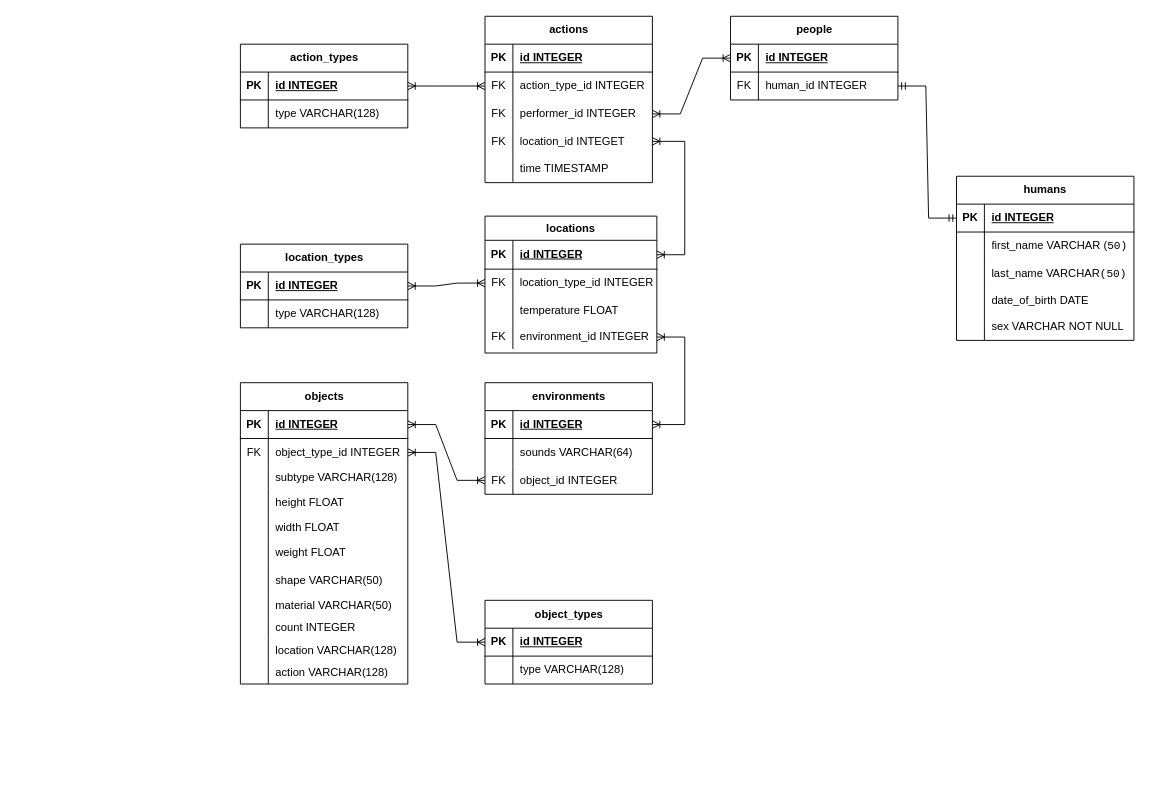
svinoczarITMO/s2-db-lab1 keeps this draw.io diagram as datalogicModel.drawio. Above is the earlier version. Source tidied: cells renumbered, new cells numbered last; positions are measured from the earlier drawing's top-left corner, leaving out a move shared by most shapes. Both pictures are drawn from the tidied source at 93%, with x=0, y=0 at pixel (240, 16).
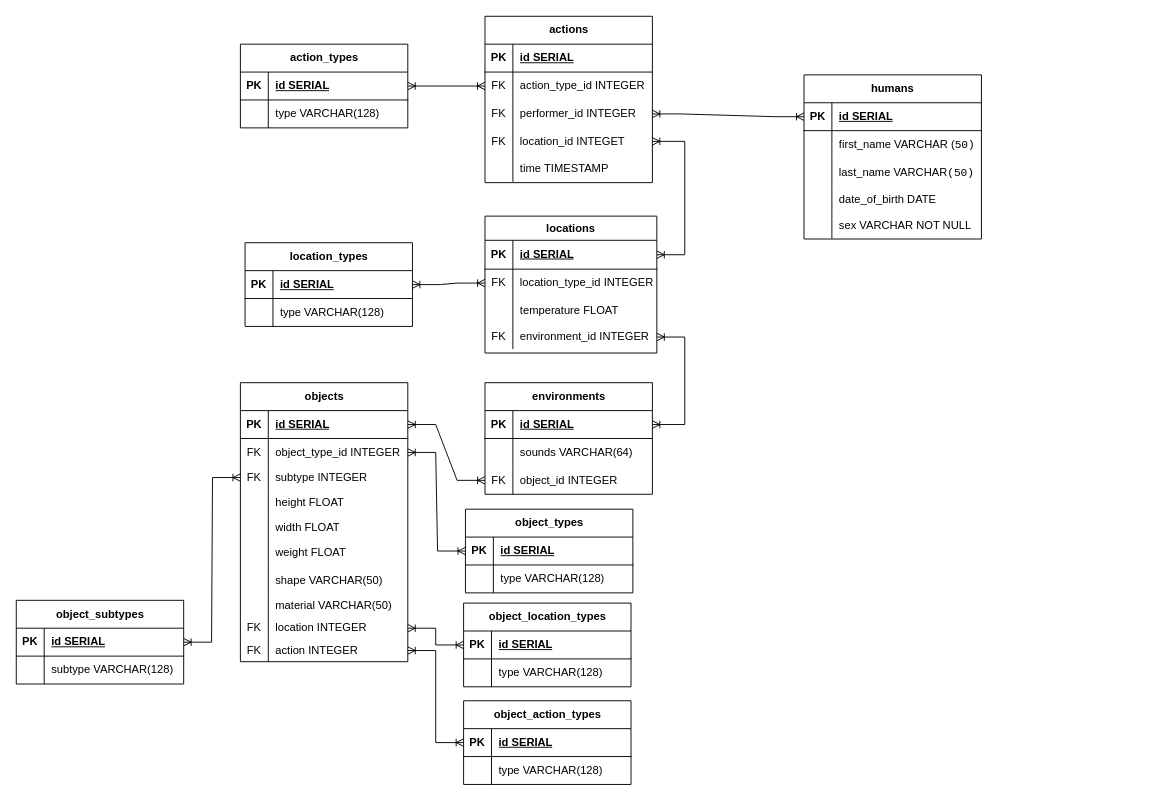
Above is the later version.

Commit message (it also covers changes not shown here):
fix datalogic model and fill createDB.sql

Unchanged cells that the change refers to:
```xml
<mxCell id="10" style="shape=tableRow;horizontal=0;startSize=0;swimlaneHead=0;swimlaneBody=0;fillColor=none;points=[[0,0.5],[1,0.5]];portConstraint=eastwest;top=0;left=0;right=0;bottom=1;" parent="9" vertex="1">
  <mxGeometry y="30" width="190.8" height="30" as="geometry" />
</mxCell>
<mxCell id="26" style="shape=tableRow;horizontal=0;startSize=0;swimlaneHead=0;swimlaneBody=0;fillColor=none;top=0;left=0;right=0;bottom=1;" parent="25" vertex="1">
  <mxGeometry y="30" width="180" height="30" as="geometry" />
</mxCell>
<mxCell id="32" style="shape=tableRow;horizontal=0;startSize=0;swimlaneHead=0;swimlaneBody=0;fillColor=none;points=[[0,0.5],[1,0.5]];portConstraint=eastwest;top=0;left=0;right=0;bottom=0;" parent="25" vertex="1">
  <mxGeometry y="90" width="180" height="30" as="geometry" />
</mxCell>
<mxCell id="43" style="shape=tableRow;horizontal=0;startSize=0;swimlaneHead=0;swimlaneBody=0;fillColor=none;points=[[0,0.5],[1,0.5]];portConstraint=eastwest;top=0;left=0;right=0;bottom=1;" parent="42" vertex="1">
  <mxGeometry y="26" width="184.8" height="31" as="geometry" />
</mxCell>
<mxCell id="56" style="shape=tableRow;horizontal=0;startSize=0;swimlaneHead=0;swimlaneBody=0;fillColor=none;points=[[0,0.5],[1,0.5]];portConstraint=eastwest;top=0;left=0;right=0;bottom=1;" parent="55" vertex="1">
  <mxGeometry y="30" width="180" height="30" as="geometry" />
</mxCell>
<mxCell id="66" style="shape=tableRow;horizontal=0;startSize=0;swimlaneHead=0;swimlaneBody=0;fillColor=none;points=[[0,0.5],[1,0.5]];portConstraint=eastwest;top=0;left=0;right=0;bottom=1;" parent="65" vertex="1">
  <mxGeometry y="30" width="180" height="30" as="geometry" />
</mxCell>
<mxCell id="72" style="shape=tableRow;horizontal=0;startSize=0;swimlaneHead=0;swimlaneBody=0;fillColor=none;points=[[0,0.5],[1,0.5]];portConstraint=eastwest;top=0;left=0;right=0;bottom=0;" parent="65" vertex="1">
  <mxGeometry y="90" width="180" height="24" as="geometry" />
</mxCell>
<mxCell id="103" style="shape=tableRow;horizontal=0;startSize=0;swimlaneHead=0;swimlaneBody=0;fillColor=none;points=[[0,0.5],[1,0.5]];portConstraint=eastwest;top=0;left=0;right=0;bottom=1;" parent="102" vertex="1">
  <mxGeometry y="30" width="180" height="30" as="geometry" />
</mxCell>
<mxCell id="111" style="shape=tableRow;horizontal=0;startSize=0;swimlaneHead=0;swimlaneBody=0;fillColor=none;points=[[0,0.5],[1,0.5]];portConstraint=eastwest;top=0;left=0;right=0;bottom=1;" parent="110" vertex="1">
  <mxGeometry y="30" width="180" height="30" as="geometry" />
</mxCell>
<mxCell id="119" style="shape=tableRow;horizontal=0;startSize=0;swimlaneHead=0;swimlaneBody=0;fillColor=none;points=[[0,0.5],[1,0.5]];portConstraint=eastwest;top=0;left=0;right=0;bottom=1;" parent="118" vertex="1">
  <mxGeometry y="30" width="180" height="30" as="geometry" />
</mxCell>
```

Change to the diagram source:
```diff
@@
-    <mxCell id="2" value="people" style="shape=table;startSize=30;childLayout=tableLayout;rowLines=0;fontStyle=1;align=center;html=1;fillColor=none;" parent="1" vertex="1">
-      <mxGeometry x="527" width="180" height="90" as="geometry" />
-    </mxCell>
-    <mxCell id="3" style="shape=tableRow;horizontal=0;startSize=0;swimlaneHead=0;swimlaneBody=0;fillColor=none;points=[[0,0.5],[1,0.5]];portConstraint=eastwest;top=0;left=0;right=0;bottom=1;" parent="2" vertex="1">
-      <mxGeometry y="30" width="180" height="30" as="geometry" />
-    </mxCell>
-    <mxCell id="4" value="PK" style="shape=partialRectangle;fillColor=none;top=0;left=0;bottom=0;right=0;fontStyle=1;overflow=hidden;whiteSpace=wrap;html=1;" parent="3" vertex="1">
-      <mxGeometry width="30" height="30" as="geometry" />
-    </mxCell>
-    <mxCell id="5" value="id INTEGER" style="shape=partialRectangle;fillColor=none;top=0;left=0;bottom=0;right=0;align=left;spacingLeft=6;fontStyle=5;overflow=hidden;whiteSpace=wrap;html=1;" parent="3" vertex="1">
-      <mxGeometry x="30" width="150" height="30" as="geometry" />
-    </mxCell>
-    <mxCell id="6" style="shape=tableRow;horizontal=0;startSize=0;swimlaneHead=0;swimlaneBody=0;fillColor=none;points=[[0,0.5],[1,0.5]];portConstraint=eastwest;top=0;left=0;right=0;bottom=0;" parent="2" vertex="1">
-      <mxGeometry y="60" width="180" height="30" as="geometry" />
-    </mxCell>
-    <mxCell id="7" value="FK" style="shape=partialRectangle;fillColor=none;top=0;left=0;bottom=0;right=0;overflow=hidden;whiteSpace=wrap;html=1;" parent="6" vertex="1">
-      <mxGeometry width="30" height="30" as="geometry" />
-    </mxCell>
-    <mxCell id="8" value="human_id INTEGER" style="shape=partialRectangle;fillColor=none;top=0;left=0;bottom=0;right=0;align=left;spacingLeft=6;overflow=hidden;whiteSpace=wrap;html=1;" parent="6" vertex="1">
-      <mxGeometry x="30" width="150" height="30" as="geometry" />
-    </mxCell>
     <mxCell id="9" value="humans" style="shape=table;startSize=30;childLayout=tableLayout;rowLines=0;fontStyle=1;align=center;html=1;fillColor=none;" parent="1" vertex="1">
-      <mxGeometry x="770" y="172" width="190.8" height="176.5" as="geometry" />
+      <mxGeometry x="606" y="63" width="190.8" height="176.5" as="geometry" />
     </mxCell>
@@
-    <mxCell id="12" value="id INTEGER" style="shape=partialRectangle;fillColor=none;top=0;left=0;bottom=0;right=0;align=left;spacingLeft=6;fontStyle=5;overflow=hidden;whiteSpace=wrap;html=1;" parent="10" vertex="1">
+    <mxCell id="12" value="id&amp;nbsp;SERIAL" style="shape=partialRectangle;fillColor=none;top=0;left=0;bottom=0;right=0;align=left;spacingLeft=6;fontStyle=5;overflow=hidden;whiteSpace=wrap;html=1;" parent="10" vertex="1">
       <mxGeometry x="30" width="160.8" height="30" as="geometry" />
     </mxCell>
@@
-    <mxCell id="28" value="id INTEGER" style="shape=partialRectangle;fillColor=none;top=0;left=0;bottom=0;right=0;align=left;spacingLeft=6;fontStyle=5;overflow=hidden;whiteSpace=wrap;html=1;" parent="26" vertex="1">
+    <mxCell id="28" value="id&amp;nbsp;SERIAL" style="shape=partialRectangle;fillColor=none;top=0;left=0;bottom=0;right=0;align=left;spacingLeft=6;fontStyle=5;overflow=hidden;whiteSpace=wrap;html=1;" parent="26" vertex="1">
       <mxGeometry x="30" width="150" height="30" as="geometry" />
     </mxCell>
@@
-    <mxCell id="41" style="edgeStyle=entityRelationEdgeStyle;fontSize=12;html=1;endArrow=ERoneToMany;startArrow=ERoneToMany;rounded=0;" parent="1" edge="1" source="32" target="3">
+    <mxCell id="41" style="edgeStyle=entityRelationEdgeStyle;fontSize=12;html=1;endArrow=ERoneToMany;startArrow=ERoneToMany;rounded=0;" parent="1" edge="1" source="32" target="10">
       <mxGeometry relative="1" as="geometry" />
     </mxCell>
@@
-    <mxCell id="45" value="id INTEGER" style="shape=partialRectangle;fillColor=none;top=0;left=0;bottom=0;right=0;align=left;spacingLeft=6;fontStyle=5;overflow=hidden;whiteSpace=wrap;html=1;" parent="43" vertex="1">
+    <mxCell id="45" value="id&amp;nbsp;SERIAL" style="shape=partialRectangle;fillColor=none;top=0;left=0;bottom=0;right=0;align=left;spacingLeft=6;fontStyle=5;overflow=hidden;whiteSpace=wrap;html=1;" parent="43" vertex="1">
       <mxGeometry x="30" width="154.8" height="31" as="geometry" />
     </mxCell>
@@
-    <mxCell id="58" value="id INTEGER" style="shape=partialRectangle;fillColor=none;top=0;left=0;bottom=0;right=0;align=left;spacingLeft=6;fontStyle=5;overflow=hidden;whiteSpace=wrap;html=1;" parent="56" vertex="1">
+    <mxCell id="58" value="id&amp;nbsp;SERIAL" style="shape=partialRectangle;fillColor=none;top=0;left=0;bottom=0;right=0;align=left;spacingLeft=6;fontStyle=5;overflow=hidden;whiteSpace=wrap;html=1;" parent="56" vertex="1">
       <mxGeometry x="30" width="150" height="30" as="geometry" />
     </mxCell>
@@
     <mxCell id="65" value="objects" style="shape=table;startSize=30;childLayout=tableLayout;rowLines=0;fontStyle=1;align=center;html=1;fillColor=none;" parent="1" vertex="1">
-      <mxGeometry y="394" width="180" height="324" as="geometry" />
+      <mxGeometry y="394" width="180" height="300" as="geometry" />
     </mxCell>
@@
-    <mxCell id="68" value="id INTEGER" style="shape=partialRectangle;fillColor=none;top=0;left=0;bottom=0;right=0;align=left;spacingLeft=6;fontStyle=5;overflow=hidden;whiteSpace=wrap;html=1;" parent="66" vertex="1">
+    <mxCell id="68" value="id&amp;nbsp;SERIAL" style="shape=partialRectangle;fillColor=none;top=0;left=0;bottom=0;right=0;align=left;spacingLeft=6;fontStyle=5;overflow=hidden;whiteSpace=wrap;html=1;" parent="66" vertex="1">
       <mxGeometry x="30" width="150" height="30" as="geometry" />
     </mxCell>
@@
-    <mxCell id="73" style="shape=partialRectangle;fillColor=none;top=0;left=0;bottom=0;right=0;overflow=hidden;whiteSpace=wrap;html=1;" parent="72" vertex="1">
+    <mxCell id="73" value="FK" style="shape=partialRectangle;fillColor=none;top=0;left=0;bottom=0;right=0;overflow=hidden;whiteSpace=wrap;html=1;" parent="72" vertex="1">
       <mxGeometry width="30" height="24" as="geometry" />
     </mxCell>
-    <mxCell id="74" value="subtype VARCHAR(128)" style="shape=partialRectangle;fillColor=none;top=0;left=0;bottom=0;right=0;align=left;spacingLeft=6;overflow=hidden;whiteSpace=wrap;html=1;strokeColor=inherit;strokeWidth=8;" parent="72" vertex="1">
+    <mxCell id="74" value="subtype INTEGER" style="shape=partialRectangle;fillColor=none;top=0;left=0;bottom=0;right=0;align=left;spacingLeft=6;overflow=hidden;whiteSpace=wrap;html=1;strokeColor=inherit;strokeWidth=8;" parent="72" vertex="1">
       <mxGeometry x="30" width="150" height="24" as="geometry" />
     </mxCell>
@@
-    <mxCell id="90" style="shape=tableRow;horizontal=0;startSize=0;swimlaneHead=0;swimlaneBody=0;fillColor=none;top=0;left=0;right=0;bottom=0;" parent="65" vertex="1">
-      <mxGeometry y="252" width="180" height="24" as="geometry" />
-    </mxCell>
-    <mxCell id="91" style="shape=partialRectangle;fillColor=none;top=0;left=0;bottom=0;right=0;overflow=hidden;whiteSpace=wrap;html=1;" parent="90" vertex="1">
-      <mxGeometry width="30" height="24" as="geometry" />
-    </mxCell>
-    <mxCell id="92" value="count INTEGER" style="shape=partialRectangle;fillColor=none;top=0;left=0;bottom=0;right=0;align=left;spacingLeft=6;overflow=hidden;whiteSpace=wrap;html=1;strokeColor=inherit;strokeWidth=8;" parent="90" vertex="1">
-      <mxGeometry x="30" width="150" height="24" as="geometry" />
-    </mxCell>
     <mxCell id="93" style="shape=tableRow;horizontal=0;startSize=0;swimlaneHead=0;swimlaneBody=0;fillColor=none;points=[[0,0.5],[1,0.5]];portConstraint=eastwest;top=0;left=0;right=0;bottom=0;" parent="65" vertex="1">
-      <mxGeometry y="276" width="180" height="24" as="geometry" />
+      <mxGeometry y="252" width="180" height="24" as="geometry" />
     </mxCell>
-    <mxCell id="94" style="shape=partialRectangle;fillColor=none;top=0;left=0;bottom=0;right=0;overflow=hidden;whiteSpace=wrap;html=1;" parent="93" vertex="1">
+    <mxCell id="94" value="FK" style="shape=partialRectangle;fillColor=none;top=0;left=0;bottom=0;right=0;overflow=hidden;whiteSpace=wrap;html=1;" parent="93" vertex="1">
       <mxGeometry width="30" height="24" as="geometry" />
     </mxCell>
-    <mxCell id="95" value="location VARCHAR(128)" style="shape=partialRectangle;fillColor=none;top=0;left=0;bottom=0;right=0;align=left;spacingLeft=6;overflow=hidden;whiteSpace=wrap;html=1;strokeColor=inherit;strokeWidth=8;" parent="93" vertex="1">
+    <mxCell id="95" value="location INTEGER" style="shape=partialRectangle;fillColor=none;top=0;left=0;bottom=0;right=0;align=left;spacingLeft=6;overflow=hidden;whiteSpace=wrap;html=1;strokeColor=inherit;strokeWidth=8;" parent="93" vertex="1">
       <mxGeometry x="30" width="150" height="24" as="geometry" />
     </mxCell>
     <mxCell id="96" style="shape=tableRow;horizontal=0;startSize=0;swimlaneHead=0;swimlaneBody=0;fillColor=none;points=[[0,0.5],[1,0.5]];portConstraint=eastwest;top=0;left=0;right=0;bottom=0;" parent="65" vertex="1">
-      <mxGeometry y="300" width="180" height="24" as="geometry" />
+      <mxGeometry y="276" width="180" height="24" as="geometry" />
     </mxCell>
-    <mxCell id="97" style="shape=partialRectangle;fillColor=none;top=0;left=0;bottom=0;right=0;overflow=hidden;whiteSpace=wrap;html=1;" parent="96" vertex="1">
+    <mxCell id="97" value="FK" style="shape=partialRectangle;fillColor=none;top=0;left=0;bottom=0;right=0;overflow=hidden;whiteSpace=wrap;html=1;" parent="96" vertex="1">
       <mxGeometry width="30" height="24" as="geometry" />
     </mxCell>
-    <mxCell id="98" value="action VARCHAR(128)" style="shape=partialRectangle;fillColor=none;top=0;left=0;bottom=0;right=0;align=left;spacingLeft=6;overflow=hidden;whiteSpace=wrap;html=1;strokeColor=inherit;strokeWidth=8;" parent="96" vertex="1">
+    <mxCell id="98" value="action INTEGER" style="shape=partialRectangle;fillColor=none;top=0;left=0;bottom=0;right=0;align=left;spacingLeft=6;overflow=hidden;whiteSpace=wrap;html=1;strokeColor=inherit;strokeWidth=8;" parent="96" vertex="1">
       <mxGeometry x="30" width="150" height="24" as="geometry" />
     </mxCell>
@@
-    <mxCell id="105" value="id INTEGER" style="shape=partialRectangle;fillColor=none;top=0;left=0;bottom=0;right=0;align=left;spacingLeft=6;fontStyle=5;overflow=hidden;whiteSpace=wrap;html=1;" parent="103" vertex="1">
+    <mxCell id="105" value="id&amp;nbsp;SERIAL" style="shape=partialRectangle;fillColor=none;top=0;left=0;bottom=0;right=0;align=left;spacingLeft=6;fontStyle=5;overflow=hidden;whiteSpace=wrap;html=1;" parent="103" vertex="1">
       <mxGeometry x="30" width="150" height="30" as="geometry" />
     </mxCell>
@@
     <mxCell id="110" value="location_types" style="shape=table;startSize=30;childLayout=tableLayout;rowLines=0;fontStyle=1;align=center;html=1;fillColor=none;" parent="1" vertex="1">
-      <mxGeometry y="245" width="180" height="90" as="geometry" />
+      <mxGeometry x="5" y="243.5" width="180" height="90" as="geometry" />
     </mxCell>
@@
-    <mxCell id="113" value="id INTEGER" style="shape=partialRectangle;fillColor=none;top=0;left=0;bottom=0;right=0;align=left;spacingLeft=6;fontStyle=5;overflow=hidden;whiteSpace=wrap;html=1;" parent="111" vertex="1">
+    <mxCell id="113" value="id&amp;nbsp;SERIAL" style="shape=partialRectangle;fillColor=none;top=0;left=0;bottom=0;right=0;align=left;spacingLeft=6;fontStyle=5;overflow=hidden;whiteSpace=wrap;html=1;" parent="111" vertex="1">
       <mxGeometry x="30" width="150" height="30" as="geometry" />
     </mxCell>
@@
     <mxCell id="118" value="object_types" style="shape=table;startSize=30;childLayout=tableLayout;rowLines=0;fontStyle=1;align=center;html=1;fillColor=none;" parent="1" vertex="1">
-      <mxGeometry x="263" y="628" width="180" height="90" as="geometry" />
+      <mxGeometry x="242" y="530" width="180" height="90" as="geometry" />
     </mxCell>
@@
-    <mxCell id="121" value="id INTEGER" style="shape=partialRectangle;fillColor=none;top=0;left=0;bottom=0;right=0;align=left;spacingLeft=6;fontStyle=5;overflow=hidden;whiteSpace=wrap;html=1;" parent="119" vertex="1">
+    <mxCell id="121" value="id&amp;nbsp;SERIAL" style="shape=partialRectangle;fillColor=none;top=0;left=0;bottom=0;right=0;align=left;spacingLeft=6;fontStyle=5;overflow=hidden;whiteSpace=wrap;html=1;" parent="119" vertex="1">
       <mxGeometry x="30" width="150" height="30" as="geometry" />
     </mxCell>
@@
-    <mxCell id="126" style="edgeStyle=entityRelationEdgeStyle;fontSize=12;html=1;endArrow=ERmandOne;startArrow=ERmandOne;rounded=0;" parent="1" edge="1" source="6" target="10">
-      <mxGeometry relative="1" as="geometry" />
-    </mxCell>
+    <mxCell id="127" value="object_subtypes" style="shape=table;startSize=30;childLayout=tableLayout;rowLines=0;fontStyle=1;align=center;html=1;fillColor=none;" parent="1" vertex="1">
+      <mxGeometry x="-241" y="628" width="180" height="90" as="geometry" />
+    </mxCell>
+    <mxCell id="128" style="shape=tableRow;horizontal=0;startSize=0;swimlaneHead=0;swimlaneBody=0;fillColor=none;points=[[0,0.5],[1,0.5]];portConstraint=eastwest;top=0;left=0;right=0;bottom=1;" parent="127" vertex="1">
+      <mxGeometry y="30" width="180" height="30" as="geometry" />
+    </mxCell>
+    <mxCell id="129" value="PK" style="shape=partialRectangle;fillColor=none;top=0;left=0;bottom=0;right=0;fontStyle=1;overflow=hidden;whiteSpace=wrap;html=1;" parent="128" vertex="1">
+      <mxGeometry width="30" height="30" as="geometry" />
+    </mxCell>
+    <mxCell id="130" value="id&amp;nbsp;SERIAL" style="shape=partialRectangle;fillColor=none;top=0;left=0;bottom=0;right=0;align=left;spacingLeft=6;fontStyle=5;overflow=hidden;whiteSpace=wrap;html=1;" parent="128" vertex="1">
+      <mxGeometry x="30" width="150" height="30" as="geometry" />
+    </mxCell>
+    <mxCell id="131" style="shape=tableRow;horizontal=0;startSize=0;swimlaneHead=0;swimlaneBody=0;fillColor=none;top=0;left=0;right=0;bottom=0;" parent="127" vertex="1">
+      <mxGeometry y="60" width="180" height="30" as="geometry" />
+    </mxCell>
+    <mxCell id="132" style="shape=partialRectangle;fillColor=none;top=0;left=0;bottom=0;right=0;overflow=hidden;whiteSpace=wrap;html=1;" parent="131" vertex="1">
+      <mxGeometry width="30" height="30" as="geometry" />
+    </mxCell>
+    <mxCell id="133" value="subtype VARCHAR(128)" style="shape=partialRectangle;fillColor=none;top=0;left=0;bottom=0;right=0;align=left;spacingLeft=6;overflow=hidden;whiteSpace=wrap;html=1;" parent="131" vertex="1">
+      <mxGeometry x="30" width="150" height="30" as="geometry" />
+    </mxCell>
+    <mxCell id="134" style="edgeStyle=entityRelationEdgeStyle;fontSize=12;html=1;endArrow=ERoneToMany;startArrow=ERoneToMany;rounded=0;" parent="1" edge="1" source="128" target="72">
+      <mxGeometry relative="1" as="geometry" />
+    </mxCell>
+    <mxCell id="135" value="object_action_types" style="shape=table;startSize=30;childLayout=tableLayout;rowLines=0;fontStyle=1;align=center;html=1;fillColor=none;" parent="1" vertex="1">
+      <mxGeometry x="240" y="736" width="180" height="90" as="geometry" />
+    </mxCell>
+    <mxCell id="136" style="shape=tableRow;horizontal=0;startSize=0;swimlaneHead=0;swimlaneBody=0;fillColor=none;points=[[0,0.5],[1,0.5]];portConstraint=eastwest;top=0;left=0;right=0;bottom=1;" parent="135" vertex="1">
+      <mxGeometry y="30" width="180" height="30" as="geometry" />
+    </mxCell>
+    <mxCell id="137" value="PK" style="shape=partialRectangle;fillColor=none;top=0;left=0;bottom=0;right=0;fontStyle=1;overflow=hidden;whiteSpace=wrap;html=1;" parent="136" vertex="1">
+      <mxGeometry width="30" height="30" as="geometry" />
+    </mxCell>
+    <mxCell id="138" value="id&amp;nbsp;SERIAL" style="shape=partialRectangle;fillColor=none;top=0;left=0;bottom=0;right=0;align=left;spacingLeft=6;fontStyle=5;overflow=hidden;whiteSpace=wrap;html=1;" parent="136" vertex="1">
+      <mxGeometry x="30" width="150" height="30" as="geometry" />
+    </mxCell>
+    <mxCell id="139" style="shape=tableRow;horizontal=0;startSize=0;swimlaneHead=0;swimlaneBody=0;fillColor=none;top=0;left=0;right=0;bottom=0;" parent="135" vertex="1">
+      <mxGeometry y="60" width="180" height="30" as="geometry" />
+    </mxCell>
+    <mxCell id="140" style="shape=partialRectangle;fillColor=none;top=0;left=0;bottom=0;right=0;overflow=hidden;whiteSpace=wrap;html=1;" parent="139" vertex="1">
+      <mxGeometry width="30" height="30" as="geometry" />
+    </mxCell>
+    <mxCell id="141" value="type VARCHAR(128)" style="shape=partialRectangle;fillColor=none;top=0;left=0;bottom=0;right=0;align=left;spacingLeft=6;overflow=hidden;whiteSpace=wrap;html=1;" parent="139" vertex="1">
+      <mxGeometry x="30" width="150" height="30" as="geometry" />
+    </mxCell>
+    <mxCell id="142" style="edgeStyle=entityRelationEdgeStyle;fontSize=12;html=1;endArrow=ERoneToMany;startArrow=ERoneToMany;rounded=0;" parent="1" edge="1" source="136" target="96">
+      <mxGeometry relative="1" as="geometry" />
+    </mxCell>
+    <mxCell id="143" value="object_location_types" style="shape=table;startSize=30;childLayout=tableLayout;rowLines=0;fontStyle=1;align=center;html=1;fillColor=none;" parent="1" vertex="1">
+      <mxGeometry x="240" y="631" width="180" height="90" as="geometry" />
+    </mxCell>
+    <mxCell id="144" style="shape=tableRow;horizontal=0;startSize=0;swimlaneHead=0;swimlaneBody=0;fillColor=none;points=[[0,0.5],[1,0.5]];portConstraint=eastwest;top=0;left=0;right=0;bottom=1;" parent="143" vertex="1">
+      <mxGeometry y="30" width="180" height="30" as="geometry" />
+    </mxCell>
+    <mxCell id="145" value="PK" style="shape=partialRectangle;fillColor=none;top=0;left=0;bottom=0;right=0;fontStyle=1;overflow=hidden;whiteSpace=wrap;html=1;" parent="144" vertex="1">
+      <mxGeometry width="30" height="30" as="geometry" />
+    </mxCell>
+    <mxCell id="146" value="id&amp;nbsp;SERIAL" style="shape=partialRectangle;fillColor=none;top=0;left=0;bottom=0;right=0;align=left;spacingLeft=6;fontStyle=5;overflow=hidden;whiteSpace=wrap;html=1;" parent="144" vertex="1">
+      <mxGeometry x="30" width="150" height="30" as="geometry" />
+    </mxCell>
+    <mxCell id="147" style="shape=tableRow;horizontal=0;startSize=0;swimlaneHead=0;swimlaneBody=0;fillColor=none;top=0;left=0;right=0;bottom=0;" parent="143" vertex="1">
+      <mxGeometry y="60" width="180" height="30" as="geometry" />
+    </mxCell>
+    <mxCell id="148" style="shape=partialRectangle;fillColor=none;top=0;left=0;bottom=0;right=0;overflow=hidden;whiteSpace=wrap;html=1;" parent="147" vertex="1">
+      <mxGeometry width="30" height="30" as="geometry" />
+    </mxCell>
+    <mxCell id="149" value="type VARCHAR(128)" style="shape=partialRectangle;fillColor=none;top=0;left=0;bottom=0;right=0;align=left;spacingLeft=6;overflow=hidden;whiteSpace=wrap;html=1;" parent="147" vertex="1">
+      <mxGeometry x="30" width="150" height="30" as="geometry" />
+    </mxCell>
+    <mxCell id="150" style="edgeStyle=entityRelationEdgeStyle;fontSize=12;html=1;endArrow=ERoneToMany;startArrow=ERoneToMany;rounded=0;" parent="1" edge="1" source="144" target="93">
+      <mxGeometry relative="1" as="geometry" />
+    </mxCell>
```
